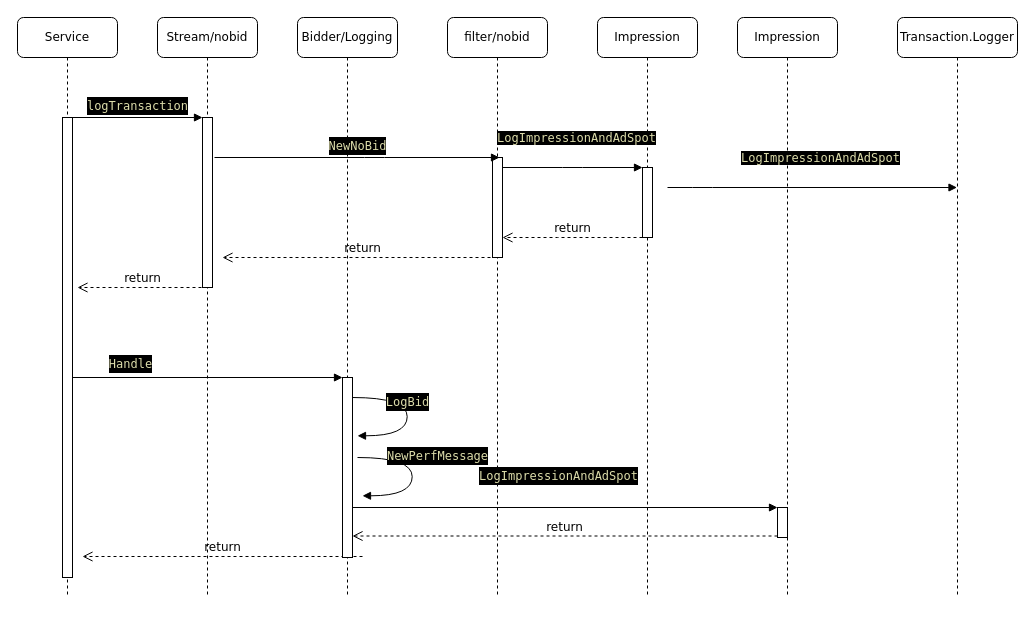
Earlier version of the draw.io diagram Untitled Diagram.drawio (yshen4/designpatterns). Source tidied: cells renumbered, new cells numbered last; positions are measured from the earlier drawing's top-left corner, leaving out a move shared by most shapes. Both pictures are drawn from the tidied source at 100%, with x=0, y=0 at pixel (17, 17).
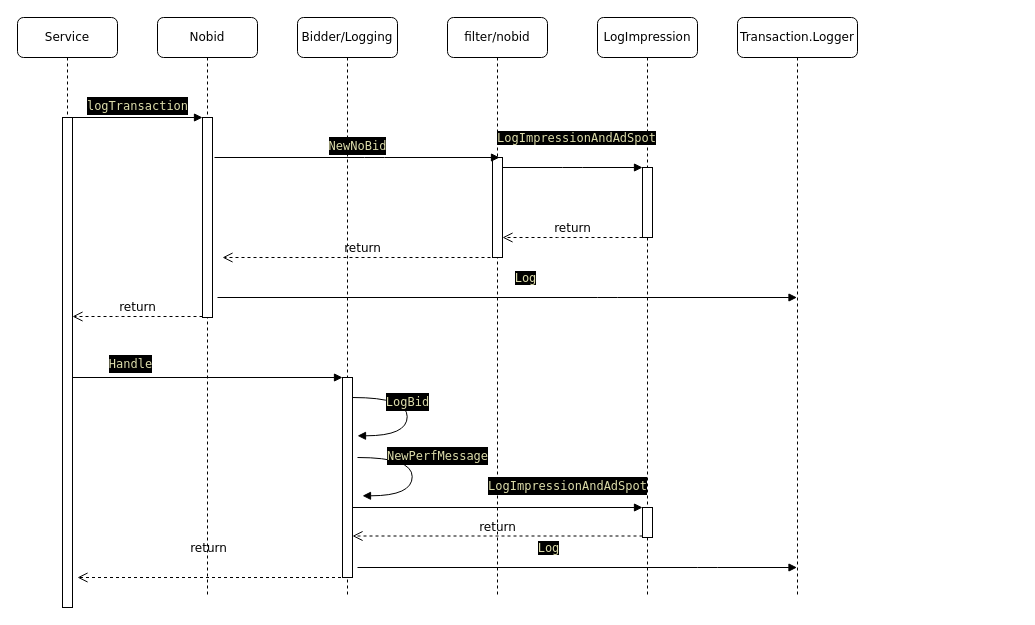
The same page after the edit.

Unchanged cells that the change refers to:
```xml
<mxCell id="5" value="Bidder/Logging" style="shape=umlLifeline;perimeter=lifelinePerimeter;whiteSpace=wrap;html=1;outlineConnect=0;rounded=1;shadow=0;comic=0;labelBackgroundColor=none;strokeWidth=1;fontFamily=Verdana;fontSize=12;align=center;" parent="1" vertex="1">
  <mxGeometry x="280" width="100" height="580" as="geometry" />
</mxCell>
```

The edit, as a diff of the source:
```diff
@@
-    <mxCell id="2" value="Stream/nobid" style="shape=umlLifeline;perimeter=lifelinePerimeter;whiteSpace=wrap;html=1;rounded=1;shadow=0;comic=0;labelBackgroundColor=none;strokeWidth=1;fontFamily=Verdana;fontSize=12;align=center;" parent="1" vertex="1">
+    <mxCell id="2" value="Nobid" style="shape=umlLifeline;perimeter=lifelinePerimeter;whiteSpace=wrap;html=1;rounded=1;shadow=0;comic=0;labelBackgroundColor=none;strokeWidth=1;fontFamily=Verdana;fontSize=12;align=center;" parent="1" vertex="1">
       <mxGeometry x="140" width="100" height="580" as="geometry" />
     </mxCell>
     <mxCell id="3" style="html=1;points=[];perimeter=orthogonalPerimeter;rounded=0;shadow=0;comic=0;labelBackgroundColor=none;strokeWidth=1;fontFamily=Verdana;fontSize=12;align=center;" parent="2" vertex="1">
-      <mxGeometry x="45" y="100" width="10" height="170" as="geometry" />
+      <mxGeometry x="45" y="100" width="10" height="200" as="geometry" />
     </mxCell>
-    <mxCell id="4" value="return" style="html=1;verticalAlign=bottom;endArrow=open;dashed=1;endSize=8;labelBackgroundColor=none;fontFamily=Verdana;fontSize=12;" parent="2" edge="1">
-      <mxGeometry relative="1" as="geometry">
-        <mxPoint x="205" y="539" as="sourcePoint" />
-        <mxPoint x="-75" y="539" as="targetPoint" />
+    <mxCell id="4" value="return" style="html=1;verticalAlign=bottom;endArrow=open;dashed=1;endSize=8;labelBackgroundColor=none;fontFamily=Verdana;fontSize=12;" parent="2" edge="1" source="5">
+      <mxGeometry x="0.04" y="-20" relative="1" as="geometry">
+        <mxPoint x="-80" y="560" as="targetPoint" />
+        <mxPoint x="1" as="offset" />
       </mxGeometry>
     </mxCell>
@@
     <mxCell id="6" style="html=1;points=[];perimeter=orthogonalPerimeter;rounded=0;shadow=0;comic=0;labelBackgroundColor=none;strokeWidth=1;fontFamily=Verdana;fontSize=12;align=center;" parent="5" vertex="1">
-      <mxGeometry x="45" y="360" width="10" height="180" as="geometry" />
+      <mxGeometry x="45" y="360" width="10" height="200" as="geometry" />
     </mxCell>
@@
-    <mxCell id="10" value="Impression" style="shape=umlLifeline;perimeter=lifelinePerimeter;whiteSpace=wrap;html=1;rounded=1;shadow=0;comic=0;labelBackgroundColor=none;strokeWidth=1;fontFamily=Verdana;fontSize=12;align=center;" parent="1" vertex="1">
+    <mxCell id="10" value="LogImpression" style="shape=umlLifeline;perimeter=lifelinePerimeter;whiteSpace=wrap;html=1;rounded=1;shadow=0;comic=0;labelBackgroundColor=none;strokeWidth=1;fontFamily=Verdana;fontSize=12;align=center;" parent="1" vertex="1">
       <mxGeometry x="580" width="100" height="580" as="geometry" />
     </mxCell>
@@
-    <mxCell id="12" value="Impression" style="shape=umlLifeline;perimeter=lifelinePerimeter;whiteSpace=wrap;html=1;rounded=1;shadow=0;comic=0;labelBackgroundColor=none;strokeWidth=1;fontFamily=Verdana;fontSize=12;align=center;" parent="1" vertex="1">
-      <mxGeometry x="720" width="100" height="580" as="geometry" />
-    </mxCell>
-    <mxCell id="13" style="html=1;points=[];perimeter=orthogonalPerimeter;rounded=0;shadow=0;comic=0;labelBackgroundColor=none;strokeColor=#000000;strokeWidth=1;fillColor=#FFFFFF;fontFamily=Verdana;fontSize=12;fontColor=#000000;align=center;" parent="12" vertex="1">
-      <mxGeometry x="40" y="490" width="10" height="30" as="geometry" />
+    <mxCell id="13" style="html=1;points=[];perimeter=orthogonalPerimeter;rounded=0;shadow=0;comic=0;labelBackgroundColor=none;strokeColor=#000000;strokeWidth=1;fillColor=#FFFFFF;fontFamily=Verdana;fontSize=12;fontColor=#000000;align=center;" parent="10" vertex="1">
+      <mxGeometry x="45" y="490" width="10" height="30" as="geometry" />
     </mxCell>
     <mxCell id="14" value="Service" style="shape=umlLifeline;perimeter=lifelinePerimeter;whiteSpace=wrap;html=1;rounded=1;shadow=0;comic=0;labelBackgroundColor=none;strokeWidth=1;fontFamily=Verdana;fontSize=12;align=center;" parent="1" vertex="1">
-      <mxGeometry width="100" height="580" as="geometry" />
+      <mxGeometry width="100" height="590" as="geometry" />
     </mxCell>
     <mxCell id="15" style="html=1;points=[];perimeter=orthogonalPerimeter;rounded=0;shadow=0;comic=0;labelBackgroundColor=none;strokeWidth=1;fontFamily=Verdana;fontSize=12;align=center;" parent="14" vertex="1">
-      <mxGeometry x="45" y="100" width="10" height="460" as="geometry" />
+      <mxGeometry x="45" y="100" width="10" height="490" as="geometry" />
     </mxCell>
+    <mxCell id="28" value="return" style="html=1;verticalAlign=bottom;endArrow=open;dashed=1;endSize=8;labelBackgroundColor=none;fontFamily=Verdana;fontSize=12;edgeStyle=elbowEdgeStyle;elbow=vertical;" parent="14" edge="1">
+      <mxGeometry relative="1" as="geometry">
+        <mxPoint x="185" y="299" as="sourcePoint" />
+        <mxPoint x="55" y="299" as="targetPoint" />
+        <Array as="points">
+          <mxPoint x="110" y="299" />
+          <mxPoint x="90" y="279" />
+          <mxPoint x="130" y="259" />
+          <mxPoint x="160" y="259" />
+        </Array>
+      </mxGeometry>
+    </mxCell>
@@
     <mxCell id="21" value="&lt;div style=&quot;color: rgb(255, 255, 255); background-color: rgb(0, 0, 0); font-family: Menlo, Monaco, &amp;quot;Courier New&amp;quot;, monospace; line-height: 18px; white-space-collapse: preserve;&quot;&gt;&lt;span style=&quot;color: #dcdcaa;&quot;&gt;LogImpressionAndAdSpot&lt;/span&gt;&lt;/div&gt;" style="html=1;verticalAlign=bottom;endArrow=block;entryX=0;entryY=0;labelBackgroundColor=none;fontFamily=Verdana;fontSize=12;" parent="1" edge="1" source="6" target="13">
-      <mxGeometry x="-0.03" y="20" relative="1" as="geometry" />
+      <mxGeometry x="0.48" y="10" relative="1" as="geometry" />
     </mxCell>
@@
-    <mxCell id="26" value="&lt;span style=&quot;color: rgb(220, 220, 170); font-family: Menlo, Monaco, &amp;quot;Courier New&amp;quot;, monospace; white-space-collapse: preserve; background-color: rgb(0, 0, 0);&quot;&gt;LogImpressionAndAdSpot&lt;/span&gt;" style="html=1;verticalAlign=bottom;endArrow=block;labelBackgroundColor=none;fontFamily=Verdana;fontSize=12;edgeStyle=elbowEdgeStyle;elbow=vertical;" parent="1" edge="1" target="27">
-      <mxGeometry x="0.06" y="20" relative="1" as="geometry">
-        <mxPoint x="650" y="170" as="sourcePoint" />
+    <mxCell id="26" value="&lt;span style=&quot;color: rgb(220, 220, 170); font-family: Menlo, Monaco, &amp;quot;Courier New&amp;quot;, monospace; white-space-collapse: preserve; background-color: rgb(0, 0, 0);&quot;&gt;Log&lt;/span&gt;" style="html=1;verticalAlign=bottom;endArrow=block;labelBackgroundColor=none;fontFamily=Verdana;fontSize=12;edgeStyle=elbowEdgeStyle;elbow=vertical;" parent="1" edge="1" target="27">
+      <mxGeometry x="0.06" y="10" relative="1" as="geometry">
+        <mxPoint x="200" y="280" as="sourcePoint" />
         <Array as="points">
-          <mxPoint x="685" y="170" />
+          <mxPoint x="590" y="280" />
+          <mxPoint x="675" y="280" />
         </Array>
+        <mxPoint x="1" as="offset" />
       </mxGeometry>
     </mxCell>
     <mxCell id="27" value="Transaction.Logger" style="shape=umlLifeline;perimeter=lifelinePerimeter;whiteSpace=wrap;html=1;outlineConnect=0;rounded=1;shadow=0;comic=0;labelBackgroundColor=none;strokeWidth=1;fontFamily=Verdana;fontSize=12;align=center;" parent="1" vertex="1">
-      <mxGeometry x="880" width="120" height="580" as="geometry" />
+      <mxGeometry x="720" width="120" height="580" as="geometry" />
     </mxCell>
-    <mxCell id="28" value="return" style="html=1;verticalAlign=bottom;endArrow=open;dashed=1;endSize=8;labelBackgroundColor=none;fontFamily=Verdana;fontSize=12;edgeStyle=elbowEdgeStyle;elbow=vertical;" parent="1" edge="1">
-      <mxGeometry relative="1" as="geometry">
-        <mxPoint x="190" y="270" as="sourcePoint" />
-        <mxPoint x="60" y="270" as="targetPoint" />
-        <Array as="points">
-          <mxPoint x="115" y="270" />
-          <mxPoint x="95" y="250" />
-          <mxPoint x="135" y="230" />
-          <mxPoint x="165" y="230" />
-        </Array>
-      </mxGeometry>
-    </mxCell>
+    <mxCell id="29" value="&lt;span style=&quot;color: rgb(220, 220, 170); font-family: Menlo, Monaco, &amp;quot;Courier New&amp;quot;, monospace; white-space-collapse: preserve; background-color: rgb(0, 0, 0);&quot;&gt;Log&lt;/span&gt;" style="html=1;verticalAlign=bottom;endArrow=block;labelBackgroundColor=none;fontFamily=Verdana;fontSize=12;edgeStyle=elbowEdgeStyle;elbow=vertical;" parent="1" edge="1" target="27">
+      <mxGeometry x="-0.13" y="10" relative="1" as="geometry">
+        <mxPoint x="340" y="550" as="sourcePoint" />
+        <Array as="points">
+          <mxPoint x="690" y="550" />
+          <mxPoint x="340" y="540" />
+          <mxPoint x="535" y="570" />
+        </Array>
+      </mxGeometry>
+    </mxCell>
```
